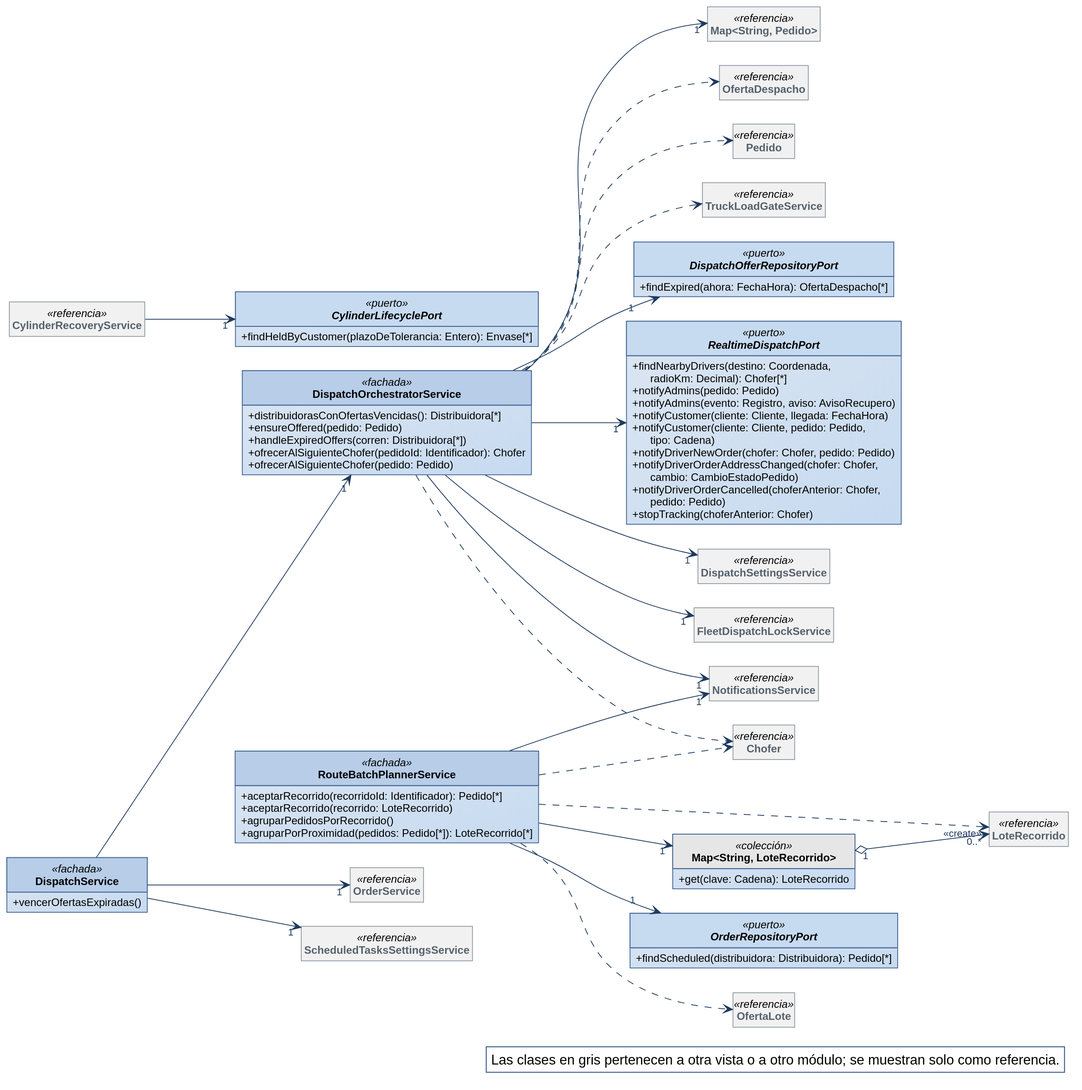
Earlier version of the PlantUML export diagramas/clases-diseno/DC_Mod_Despacho.svg (Nahuelito-Dev/splg-docs).
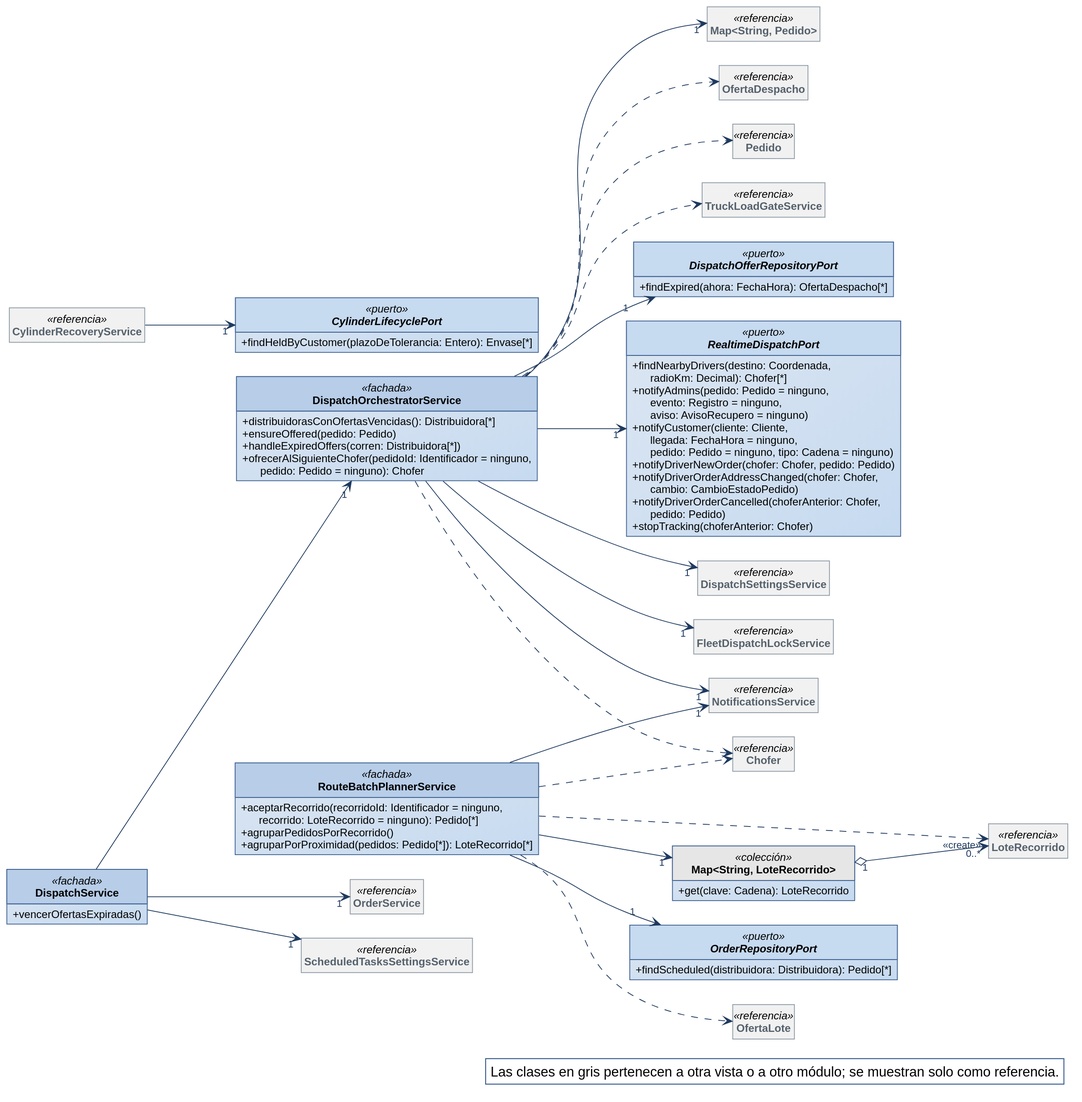
The same file after the commit.

Change to the diagram source:
```diff
@@ -34,8 +34,7 @@
   + distribuidorasConOfertasVencidas(): Distribuidora[*]
   + ensureOffered(pedido: Pedido)
   + handleExpiredOffers(corren: Distribuidora[*])
-  + ofrecerAlSiguienteChofer(pedidoId: Identificador): Chofer
-  + ofrecerAlSiguienteChofer(pedido: Pedido)
+  + ofrecerAlSiguienteChofer(pedidoId: Identificador = ninguno,\n      pedido: Pedido = ninguno): Chofer
 }
 class DispatchService <<fachada>> {
   + vencerOfertasExpiradas()
@@ -45,18 +44,15 @@
 }
 interface RealtimeDispatchPort <<puerto>> {
   + findNearbyDrivers(destino: Coordenada,\n      radioKm: Decimal): Chofer[*]
-  + notifyAdmins(pedido: Pedido)
-  + notifyAdmins(evento: Registro, aviso: AvisoRecupero)
-  + notifyCustomer(cliente: Cliente, llegada: FechaHora)
-  + notifyCustomer(cliente: Cliente, pedido: Pedido,\n      tipo: Cadena)
+  + notifyAdmins(pedido: Pedido = ninguno,\n      evento: Registro = ninguno,\n      aviso: AvisoRecupero = ninguno)
+  + notifyCustomer(cliente: Cliente,\n      llegada: FechaHora = ninguno,\n      pedido: Pedido = ninguno, tipo: Cadena = ninguno)
   + notifyDriverNewOrder(chofer: Chofer, pedido: Pedido)
   + notifyDriverOrderAddressChanged(chofer: Chofer,\n      cambio: CambioEstadoPedido)
   + notifyDriverOrderCancelled(choferAnterior: Chofer,\n      pedido: Pedido)
   + stopTracking(choferAnterior: Chofer)
 }
 class RouteBatchPlannerService <<fachada>> {
-  + aceptarRecorrido(recorridoId: Identificador): Pedido[*]
-  + aceptarRecorrido(recorrido: LoteRecorrido)
+  + aceptarRecorrido(recorridoId: Identificador = ninguno,\n      recorrido: LoteRecorrido = ninguno): Pedido[*]
   + agruparPedidosPorRecorrido()
   + agruparPorProximidad(pedidos: Pedido[*]): LoteRecorrido[*]
 }
```
